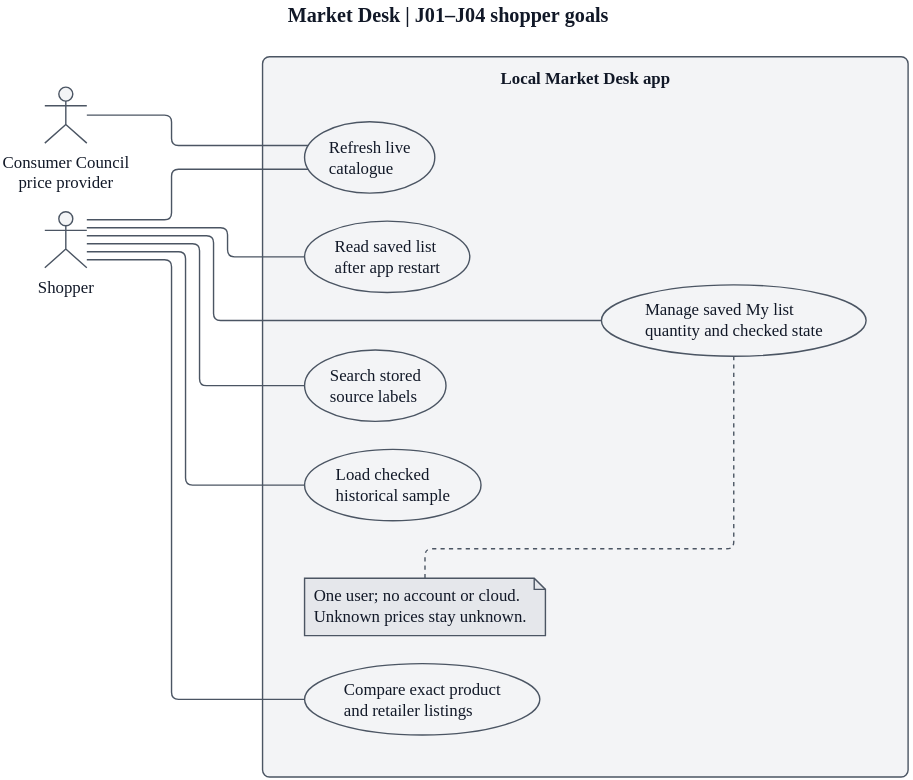
LamHeiKit230208993/CS3383-Project keeps this PlantUML diagram as docs/diagrams/baseline/use-case.svg. Above is the earlier version. Its source is kept beside it as docs/diagrams/baseline/use-case.puml.
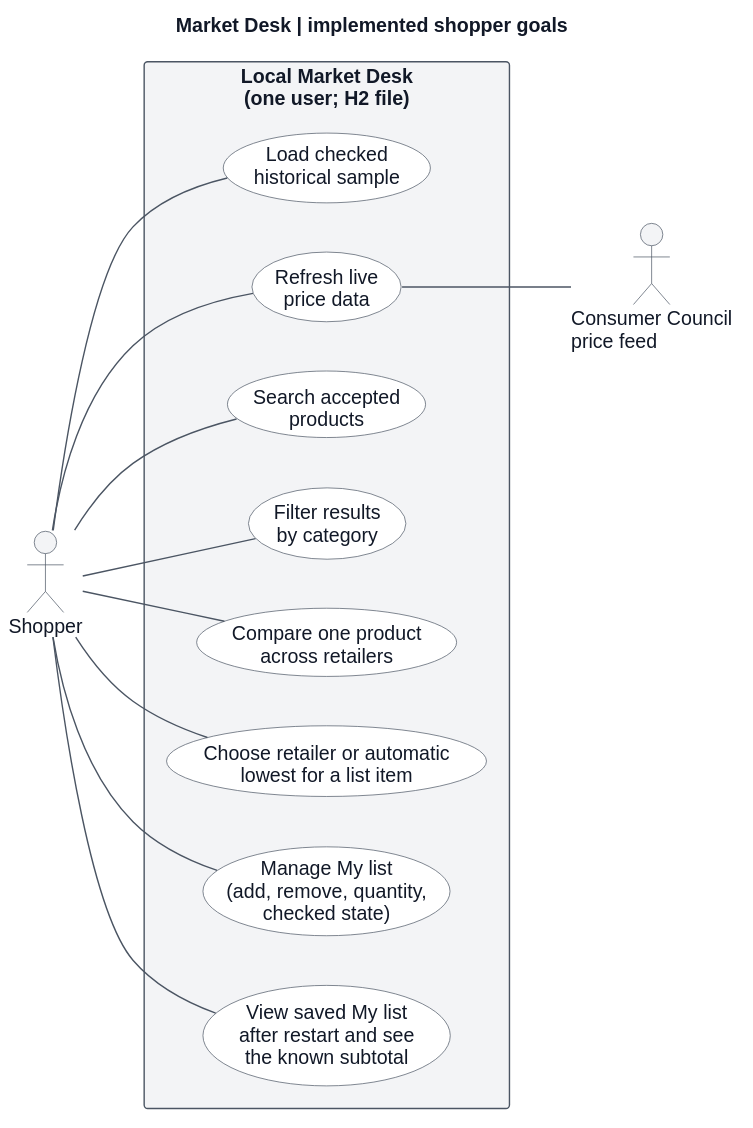
After the change.

The edit, as a diff of the source:
```diff
@@ -1,75 +1,44 @@
 @startuml
-skinparam RectangleBackgroundColor #f3f4f6
-skinparam RectangleBorderColor #4b5563
-skinparam RectangleFontColor #111827
-skinparam ComponentBackgroundColor #f3f4f6
-skinparam ComponentBorderColor #4b5563
-skinparam ComponentFontColor #111827
-skinparam ClassBackgroundColor #f3f4f6
-skinparam ClassBorderColor #4b5563
-skinparam ClassFontColor #111827
-skinparam UsecaseBackgroundColor #f3f4f6
-skinparam UsecaseBorderColor #4b5563
-skinparam UsecaseFontColor #111827
-skinparam DatabaseBackgroundColor #f3f4f6
-skinparam DatabaseBorderColor #4b5563
-skinparam DatabaseFontColor #111827
-skinparam NodeBackgroundColor #f3f4f6
-skinparam NodeBorderColor #4b5563
-skinparam NodeFontColor #111827
-skinparam ActorBackgroundColor #f3f4f6
-skinparam ActorBorderColor #4b5563
-skinparam ActorFontColor #111827
-skinparam StateBackgroundColor #f3f4f6
-skinparam StateBorderColor #4b5563
-skinparam StateFontColor #111827
-skinparam ArtifactBackgroundColor #f3f4f6
-skinparam ArtifactBorderColor #4b5563
-skinparam ArtifactFontColor #111827
-skinparam CloudBackgroundColor #f3f4f6
-skinparam CloudBorderColor #4b5563
-skinparam CloudFontColor #111827
-skinparam FolderBackgroundColor #f3f4f6
-skinparam FolderBorderColor #4b5563
-skinparam FolderFontColor #111827
-skinparam PackageBackgroundColor #f3f4f6
-skinparam PackageBorderColor #4b5563
-skinparam DefaultFontColor #111827
-skinparam ArrowColor #4b5563
-skinparam ArrowFontColor #111827
-skinparam NoteBackgroundColor #e5e7eb
-skinparam NoteBorderColor #4b5563
-skinparam NoteFontColor #111827
-skinparam stereotypeABackgroundColor #d4d5d8
-skinparam stereotypeABorderColor #4b5563
-skinparam stereotypeCBackgroundColor #d4d5d8
-skinparam stereotypeCBorderColor #4b5563
-skinparam stereotypeEBackgroundColor #d4d5d8
-skinparam stereotypeEBorderColor #4b5563
-skinparam stereotypeIBackgroundColor #d4d5d8
-skinparam stereotypeIBorderColor #4b5563
-!pragma layout elk
+skinparam backgroundColor #ffffff
+skinparam defaultFontName Arial
+skinparam defaultFontColor #111827
+skinparam arrowColor #4b5563
+skinparam arrowFontColor #111827
+skinparam rectangleBackgroundColor #f3f4f6
+skinparam rectangleBorderColor #4b5563
+skinparam rectangleFontColor #111827
+skinparam usecaseBackgroundColor #ffffff
+skinparam usecaseBorderColor #4b5563
+skinparam usecaseFontColor #111827
+skinparam actorBackgroundColor #f3f4f6
+skinparam actorBorderColor #4b5563
+skinparam actorFontColor #111827
+skinparam shadowing false
 left to right direction
-title Market Desk | J01–J04 shopper goals
+
+title Market Desk | implemented shopper goals
+
 actor Shopper as shopper
-actor "Consumer Council\nprice provider" as provider
-rectangle "Local Market Desk app" {
+actor "Consumer Council\nprice feed" as provider
+
+rectangle "Local Market Desk\n(one user; H2 file)" {
   usecase "Load checked\nhistorical sample" as sample
-  usecase "Refresh live\ncatalogue" as refresh
-  usecase "Search stored\nsource labels" as search
-  usecase "Compare exact product\nand retailer listings" as compare
-  usecase "Manage saved My list\nquantity and checked state" as manage
-  usecase "Read saved list\nafter app restart" as reload
+  usecase "Refresh live\nprice data" as refresh
+  usecase "Search accepted\nproducts" as search
+  usecase "Filter results\nby category" as filter
+  usecase "Compare one product\nacross retailers" as compare
+  usecase "Choose retailer or automatic\nlowest for a list item" as choose
+  usecase "Manage My list\n(add, remove, quantity,\nchecked state)" as manage
+  usecase "View saved My list\nafter restart and see\nthe known subtotal" as view
 }
+
 shopper -- sample
 shopper -- refresh
 shopper -- search
+shopper -- filter
 shopper -- compare
+shopper -- choose
 shopper -- manage
-shopper -- reload
-provider -- refresh
-note bottom of manage
-  One user; no account or cloud.
-  Unknown prices stay unknown.
-end note
+shopper -- view
+refresh -- provider
 @enduml
```
